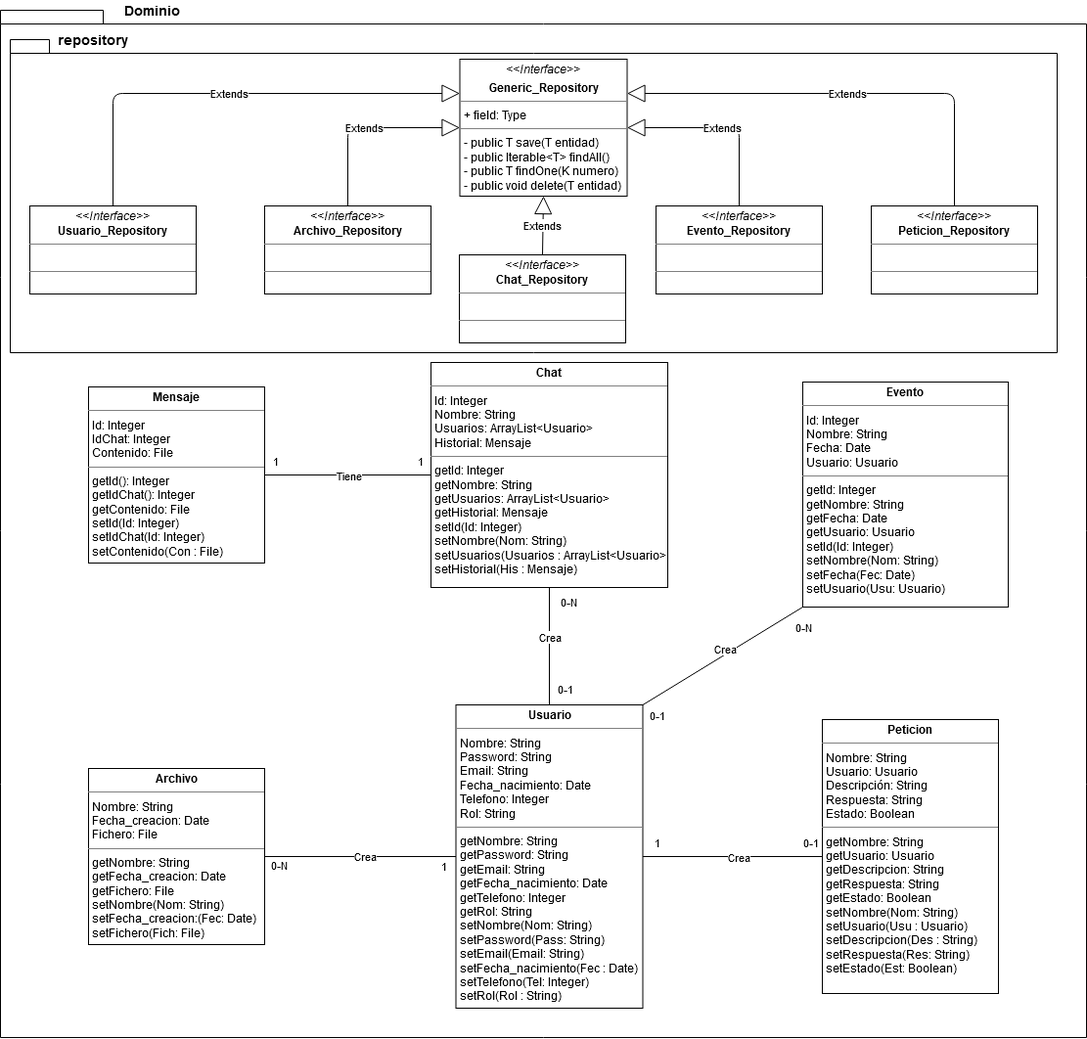
Above: resources/diagrama-clases-modelo.png in iesvi/proyecto-equipo-3 (draw.io), before the change. Source tidied: cells renumbered, new cells last; positions are measured from the earlier drawing's top-left corner, leaving out a move shared by most shapes.
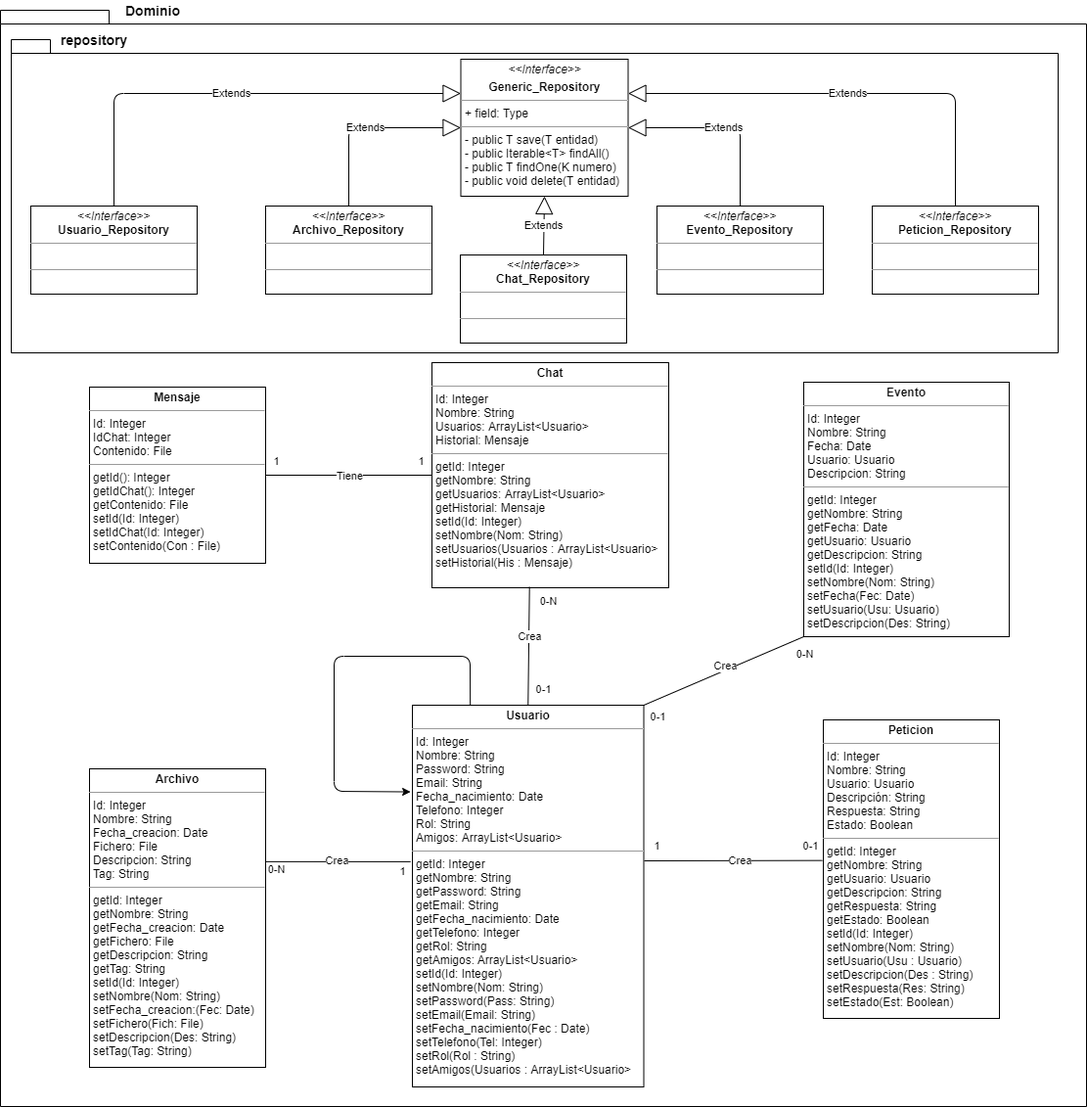
After the commit.

The edit, as a diff of the source:
```diff
@@ -5,3 +5,3 @@
     <mxCell id="2" style="shape=folder;fontStyle=1;spacingTop=10;tabWidth=40;tabHeight=14;tabPosition=left;html=1;" parent="1" vertex="1">
-      <mxGeometry y="10" width="1110" height="1050" as="geometry" />
+      <mxGeometry x="-1" y="10" width="1110" height="1120" as="geometry" />
     </mxCell>
@@ -40,3 +40,3 @@
     </mxCell>
-    <mxCell id="12" style="rounded=0;jettySize=auto;html=1;startArrow=none;startFill=0;endArrow=none;endFill=0;entryX=1;entryY=0.5;entryDx=0;entryDy=0;exitX=0;exitY=0.5;exitDx=0;exitDy=0;" parent="1" edge="1" source="28" target="32">
+    <mxCell id="12" style="rounded=0;jettySize=auto;html=1;startArrow=none;startFill=0;endArrow=none;endFill=0;entryX=0.997;entryY=0.311;entryDx=0;entryDy=0;entryPerimeter=0;exitX=-0.008;exitY=0.41;exitDx=0;exitDy=0;exitPerimeter=0;" parent="1" edge="1" source="28" target="32">
       <mxGeometry relative="1" as="geometry" />
@@ -58,3 +58,3 @@
     </mxCell>
-    <mxCell id="16" style="rounded=0;jettySize=auto;html=1;exitX=0.5;exitY=0;exitDx=0;exitDy=0;entryX=0.5;entryY=1;entryDx=0;entryDy=0;startArrow=none;startFill=0;endArrow=none;endFill=0;" parent="1" edge="1" source="28" target="11">
+    <mxCell id="16" style="rounded=0;jettySize=auto;html=1;exitX=0.5;exitY=0;exitDx=0;exitDy=0;entryX=0.412;entryY=0.996;entryDx=0;entryDy=0;startArrow=none;startFill=0;endArrow=none;endFill=0;entryPerimeter=0;" parent="1" edge="1" source="28" target="11">
       <mxGeometry relative="1" as="geometry" />
@@ -74,4 +74,6 @@
     </mxCell>
-    <mxCell id="20" style="edgeStyle=none;rounded=0;jettySize=auto;html=1;exitX=1;exitY=0.5;exitDx=0;exitDy=0;entryX=0;entryY=0.5;entryDx=0;entryDy=0;startArrow=none;startFill=0;endArrow=none;endFill=0;" parent="1" edge="1" source="28" target="31">
-      <mxGeometry relative="1" as="geometry" />
+    <mxCell id="20" style="edgeStyle=none;rounded=0;jettySize=auto;html=1;entryX=-0.006;entryY=0.471;entryDx=0;entryDy=0;startArrow=none;startFill=0;endArrow=none;endFill=0;entryPerimeter=0;" parent="1" edge="1" target="31">
+      <mxGeometry relative="1" as="geometry">
+        <mxPoint x="657" y="879" as="sourcePoint" />
+      </mxGeometry>
     </mxCell>
@@ -110,7 +112,7 @@
     </mxCell>
-    <mxCell id="28" value="&lt;p style=&quot;margin: 0px ; margin-top: 4px ; text-align: center&quot;&gt;&lt;b&gt;Usuario&lt;/b&gt;&lt;/p&gt;&lt;hr size=&quot;1&quot;&gt;&lt;p style=&quot;margin: 0px ; margin-left: 4px&quot;&gt;Nombre: String&lt;/p&gt;&lt;p style=&quot;margin: 0px ; margin-left: 4px&quot;&gt;Password: String&lt;/p&gt;&lt;p style=&quot;margin: 0px ; margin-left: 4px&quot;&gt;Email: String&lt;/p&gt;&lt;p style=&quot;margin: 0px ; margin-left: 4px&quot;&gt;Fecha_nacimiento: Date&lt;/p&gt;&lt;p style=&quot;margin: 0px ; margin-left: 4px&quot;&gt;Telefono: Integer&lt;/p&gt;&lt;p style=&quot;margin: 0px ; margin-left: 4px&quot;&gt;Rol: String&lt;/p&gt;&lt;hr size=&quot;1&quot;&gt;&lt;p style=&quot;margin: 0px ; margin-left: 4px&quot;&gt;getNombre: String&lt;/p&gt;&lt;p style=&quot;margin: 0px ; margin-left: 4px&quot;&gt;getPassword: String&lt;/p&gt;&lt;p style=&quot;margin: 0px ; margin-left: 4px&quot;&gt;getEmail: String&lt;/p&gt;&lt;p style=&quot;margin: 0px ; margin-left: 4px&quot;&gt;getFecha_nacimiento: Date&lt;/p&gt;&lt;p style=&quot;margin: 0px ; margin-left: 4px&quot;&gt;getTelefono: Integer&lt;/p&gt;&lt;p style=&quot;margin: 0px ; margin-left: 4px&quot;&gt;getRol: String&lt;/p&gt;&lt;p style=&quot;margin: 0px ; margin-left: 4px&quot;&gt;setNombre(Nom: String)&lt;/p&gt;&lt;p style=&quot;margin: 0px ; margin-left: 4px&quot;&gt;setPassword(Pass: String)&lt;/p&gt;&lt;p style=&quot;margin: 0px ; margin-left: 4px&quot;&gt;setEmail(Email: String)&lt;/p&gt;&lt;p style=&quot;margin: 0px ; margin-left: 4px&quot;&gt;setFecha_nacimiento(Fec : Date)&lt;/p&gt;&lt;p style=&quot;margin: 0px ; margin-left: 4px&quot;&gt;setTelefono(Tel: Integer)&lt;/p&gt;&lt;p style=&quot;margin: 0px ; margin-left: 4px&quot;&gt;setRol(Rol : String)&lt;/p&gt;" style="verticalAlign=top;align=left;overflow=fill;fontSize=12;fontFamily=Helvetica;html=1;" parent="1" vertex="1">
-      <mxGeometry x="465.5" y="720" width="191" height="310" as="geometry" />
+    <mxCell id="28" value="&lt;p style=&quot;margin: 0px ; margin-top: 4px ; text-align: center&quot;&gt;&lt;b&gt;Usuario&lt;/b&gt;&lt;/p&gt;&lt;hr size=&quot;1&quot;&gt;&lt;p style=&quot;margin: 0px 0px 0px 4px&quot;&gt;Id: Integer&lt;/p&gt;&lt;p style=&quot;margin: 0px ; margin-left: 4px&quot;&gt;Nombre: String&lt;/p&gt;&lt;p style=&quot;margin: 0px ; margin-left: 4px&quot;&gt;Password: String&lt;/p&gt;&lt;p style=&quot;margin: 0px ; margin-left: 4px&quot;&gt;Email: String&lt;/p&gt;&lt;p style=&quot;margin: 0px ; margin-left: 4px&quot;&gt;Fecha_nacimiento: Date&lt;/p&gt;&lt;p style=&quot;margin: 0px ; margin-left: 4px&quot;&gt;Telefono: Integer&lt;/p&gt;&lt;p style=&quot;margin: 0px ; margin-left: 4px&quot;&gt;Rol: String&lt;/p&gt;&lt;p style=&quot;margin: 0px ; margin-left: 4px&quot;&gt;Amigos: ArrayList&amp;lt;Usuario&amp;gt;&lt;/p&gt;&lt;hr size=&quot;1&quot;&gt;&lt;p style=&quot;margin: 0px 0px 0px 4px&quot;&gt;getId: Integer&lt;/p&gt;&lt;p style=&quot;margin: 0px ; margin-left: 4px&quot;&gt;getNombre: String&lt;/p&gt;&lt;p style=&quot;margin: 0px ; margin-left: 4px&quot;&gt;getPassword: String&lt;/p&gt;&lt;p style=&quot;margin: 0px ; margin-left: 4px&quot;&gt;getEmail: String&lt;/p&gt;&lt;p style=&quot;margin: 0px ; margin-left: 4px&quot;&gt;getFecha_nacimiento: Date&lt;/p&gt;&lt;p style=&quot;margin: 0px ; margin-left: 4px&quot;&gt;getTelefono: Integer&lt;/p&gt;&lt;p style=&quot;margin: 0px ; margin-left: 4px&quot;&gt;getRol: String&lt;/p&gt;&lt;p style=&quot;margin: 0px 0px 0px 4px&quot;&gt;getAmigos:&amp;nbsp;ArrayList&amp;lt;Usuario&amp;gt;&lt;/p&gt;&lt;p style=&quot;margin: 0px 0px 0px 4px&quot;&gt;setId(Id: Integer)&lt;/p&gt;&lt;p style=&quot;margin: 0px ; margin-left: 4px&quot;&gt;setNombre(Nom: String)&lt;/p&gt;&lt;p style=&quot;margin: 0px ; margin-left: 4px&quot;&gt;setPassword(Pass: String)&lt;/p&gt;&lt;p style=&quot;margin: 0px ; margin-left: 4px&quot;&gt;setEmail(Email: String)&lt;/p&gt;&lt;p style=&quot;margin: 0px ; margin-left: 4px&quot;&gt;setFecha_nacimiento(Fec : Date)&lt;/p&gt;&lt;p style=&quot;margin: 0px ; margin-left: 4px&quot;&gt;setTelefono(Tel: Integer)&lt;/p&gt;&lt;p style=&quot;margin: 0px ; margin-left: 4px&quot;&gt;setRol(Rol : String)&lt;/p&gt;&lt;p style=&quot;margin: 0px ; margin-left: 4px&quot;&gt;setAmigos(Usuarios : ArrayList&amp;lt;Usuario&amp;gt;&lt;br&gt;&lt;/p&gt;" style="verticalAlign=top;align=left;overflow=fill;fontSize=12;fontFamily=Helvetica;html=1;" parent="1" vertex="1">
+      <mxGeometry x="420" y="720" width="236.5" height="390" as="geometry" />
     </mxCell>
-    <mxCell id="29" value="&lt;p style=&quot;margin: 0px ; margin-top: 4px ; text-align: center&quot;&gt;&lt;b&gt;Evento&lt;/b&gt;&lt;/p&gt;&lt;hr size=&quot;1&quot;&gt;&lt;p style=&quot;margin: 0px ; margin-left: 4px&quot;&gt;Id: Integer&lt;/p&gt;&lt;p style=&quot;margin: 0px ; margin-left: 4px&quot;&gt;Nombre: String&lt;/p&gt;&lt;p style=&quot;margin: 0px ; margin-left: 4px&quot;&gt;Fecha: Date&lt;/p&gt;&lt;p style=&quot;margin: 0px ; margin-left: 4px&quot;&gt;Usuario: Usuario&lt;/p&gt;&lt;hr size=&quot;1&quot;&gt;&lt;p style=&quot;margin: 0px ; margin-left: 4px&quot;&gt;getId: Integer&lt;/p&gt;&lt;p style=&quot;margin: 0px ; margin-left: 4px&quot;&gt;getNombre: String&lt;/p&gt;&lt;p style=&quot;margin: 0px ; margin-left: 4px&quot;&gt;getFecha: Date&lt;/p&gt;&lt;p style=&quot;margin: 0px ; margin-left: 4px&quot;&gt;getUsuario: Usuario&lt;/p&gt;&lt;p style=&quot;margin: 0px ; margin-left: 4px&quot;&gt;setId(Id: Integer)&lt;/p&gt;&lt;p style=&quot;margin: 0px ; margin-left: 4px&quot;&gt;setNombre(Nom: String)&lt;/p&gt;&lt;p style=&quot;margin: 0px ; margin-left: 4px&quot;&gt;setFecha(Fec: Date)&lt;/p&gt;&lt;p style=&quot;margin: 0px ; margin-left: 4px&quot;&gt;setUsuario(Usu: Usuario)&lt;/p&gt;" style="verticalAlign=top;align=left;overflow=fill;fontSize=12;fontFamily=Helvetica;html=1;" parent="1" vertex="1">
-      <mxGeometry x="820" y="390" width="210" height="230" as="geometry" />
+    <mxCell id="29" value="&lt;p style=&quot;margin: 0px ; margin-top: 4px ; text-align: center&quot;&gt;&lt;b&gt;Evento&lt;/b&gt;&lt;/p&gt;&lt;hr size=&quot;1&quot;&gt;&lt;p style=&quot;margin: 0px ; margin-left: 4px&quot;&gt;Id: Integer&lt;/p&gt;&lt;p style=&quot;margin: 0px ; margin-left: 4px&quot;&gt;Nombre: String&lt;/p&gt;&lt;p style=&quot;margin: 0px ; margin-left: 4px&quot;&gt;Fecha: Date&lt;/p&gt;&lt;p style=&quot;margin: 0px ; margin-left: 4px&quot;&gt;Usuario: Usuario&lt;/p&gt;&lt;p style=&quot;margin: 0px ; margin-left: 4px&quot;&gt;Descripcion: String&lt;/p&gt;&lt;hr size=&quot;1&quot;&gt;&lt;p style=&quot;margin: 0px ; margin-left: 4px&quot;&gt;getId: Integer&lt;/p&gt;&lt;p style=&quot;margin: 0px ; margin-left: 4px&quot;&gt;getNombre: String&lt;/p&gt;&lt;p style=&quot;margin: 0px ; margin-left: 4px&quot;&gt;getFecha: Date&lt;/p&gt;&lt;p style=&quot;margin: 0px ; margin-left: 4px&quot;&gt;getUsuario: Usuario&lt;/p&gt;&lt;p style=&quot;margin: 0px ; margin-left: 4px&quot;&gt;getDescripcion: String&lt;br&gt;&lt;/p&gt;&lt;p style=&quot;margin: 0px ; margin-left: 4px&quot;&gt;setId(Id: Integer)&lt;/p&gt;&lt;p style=&quot;margin: 0px ; margin-left: 4px&quot;&gt;setNombre(Nom: String)&lt;/p&gt;&lt;p style=&quot;margin: 0px ; margin-left: 4px&quot;&gt;setFecha(Fec: Date)&lt;/p&gt;&lt;p style=&quot;margin: 0px ; margin-left: 4px&quot;&gt;setUsuario(Usu: Usuario)&lt;/p&gt;&lt;p style=&quot;margin: 0px ; margin-left: 4px&quot;&gt;setDescripcion(Des: String)&lt;br&gt;&lt;/p&gt;" style="verticalAlign=top;align=left;overflow=fill;fontSize=12;fontFamily=Helvetica;html=1;" parent="1" vertex="1">
+      <mxGeometry x="820" y="390" width="210" height="260" as="geometry" />
     </mxCell>
@@ -119,7 +121,7 @@
     </mxCell>
-    <mxCell id="31" value="&lt;p style=&quot;margin: 0px ; margin-top: 4px ; text-align: center&quot;&gt;&lt;b&gt;Peticion&lt;/b&gt;&lt;/p&gt;&lt;hr size=&quot;1&quot;&gt;&lt;p style=&quot;margin: 0px ; margin-left: 4px&quot;&gt;Nombre: String&lt;/p&gt;&lt;p style=&quot;margin: 0px ; margin-left: 4px&quot;&gt;Usuario: Usuario&lt;/p&gt;&lt;p style=&quot;margin: 0px ; margin-left: 4px&quot;&gt;Descripción: String&lt;/p&gt;&lt;p style=&quot;margin: 0px ; margin-left: 4px&quot;&gt;Respuesta: String&lt;/p&gt;&lt;p style=&quot;margin: 0px ; margin-left: 4px&quot;&gt;Estado: Boolean&lt;/p&gt;&lt;hr size=&quot;1&quot;&gt;&lt;p style=&quot;margin: 0px ; margin-left: 4px&quot;&gt;getNombre: String&lt;/p&gt;&lt;p style=&quot;margin: 0px ; margin-left: 4px&quot;&gt;getUsuario: Usuario&lt;/p&gt;&lt;p style=&quot;margin: 0px ; margin-left: 4px&quot;&gt;getDescripcion: String&lt;/p&gt;&lt;p style=&quot;margin: 0px ; margin-left: 4px&quot;&gt;getRespuesta: String&lt;/p&gt;&lt;p style=&quot;margin: 0px ; margin-left: 4px&quot;&gt;getEstado: Boolean&lt;/p&gt;&lt;p style=&quot;margin: 0px ; margin-left: 4px&quot;&gt;setNombre(Nom: String)&lt;/p&gt;&lt;p style=&quot;margin: 0px ; margin-left: 4px&quot;&gt;setUsuario(Usu : Usuario)&lt;/p&gt;&lt;p style=&quot;margin: 0px ; margin-left: 4px&quot;&gt;setDescripcion(Des : String)&lt;/p&gt;&lt;p style=&quot;margin: 0px ; margin-left: 4px&quot;&gt;setRespuesta(Res: String)&lt;/p&gt;&lt;p style=&quot;margin: 0px ; margin-left: 4px&quot;&gt;setEstado(Est: Boolean)&lt;/p&gt;" style="verticalAlign=top;align=left;overflow=fill;fontSize=12;fontFamily=Helvetica;html=1;" parent="1" vertex="1">
-      <mxGeometry x="840" y="735" width="180" height="280" as="geometry" />
+    <mxCell id="31" value="&lt;p style=&quot;margin: 0px ; margin-top: 4px ; text-align: center&quot;&gt;&lt;b&gt;Peticion&lt;/b&gt;&lt;/p&gt;&lt;hr size=&quot;1&quot;&gt;&lt;p style=&quot;margin: 0px 0px 0px 4px&quot;&gt;Id: Integer&lt;/p&gt;&lt;p style=&quot;margin: 0px ; margin-left: 4px&quot;&gt;Nombre: String&lt;/p&gt;&lt;p style=&quot;margin: 0px ; margin-left: 4px&quot;&gt;Usuario: Usuario&lt;/p&gt;&lt;p style=&quot;margin: 0px ; margin-left: 4px&quot;&gt;Descripción: String&lt;/p&gt;&lt;p style=&quot;margin: 0px ; margin-left: 4px&quot;&gt;Respuesta: String&lt;/p&gt;&lt;p style=&quot;margin: 0px ; margin-left: 4px&quot;&gt;Estado: Boolean&lt;/p&gt;&lt;hr size=&quot;1&quot;&gt;&lt;p style=&quot;margin: 0px 0px 0px 4px&quot;&gt;getId: Integer&lt;/p&gt;&lt;p style=&quot;margin: 0px ; margin-left: 4px&quot;&gt;getNombre: String&lt;/p&gt;&lt;p style=&quot;margin: 0px ; margin-left: 4px&quot;&gt;getUsuario: Usuario&lt;/p&gt;&lt;p style=&quot;margin: 0px ; margin-left: 4px&quot;&gt;getDescripcion: String&lt;/p&gt;&lt;p style=&quot;margin: 0px ; margin-left: 4px&quot;&gt;getRespuesta: String&lt;/p&gt;&lt;p style=&quot;margin: 0px ; margin-left: 4px&quot;&gt;getEstado: Boolean&lt;/p&gt;&lt;p style=&quot;margin: 0px 0px 0px 4px&quot;&gt;setId(Id: Integer)&lt;/p&gt;&lt;p style=&quot;margin: 0px ; margin-left: 4px&quot;&gt;setNombre(Nom: String)&lt;/p&gt;&lt;p style=&quot;margin: 0px ; margin-left: 4px&quot;&gt;setUsuario(Usu : Usuario)&lt;/p&gt;&lt;p style=&quot;margin: 0px ; margin-left: 4px&quot;&gt;setDescripcion(Des : String)&lt;/p&gt;&lt;p style=&quot;margin: 0px ; margin-left: 4px&quot;&gt;setRespuesta(Res: String)&lt;/p&gt;&lt;p style=&quot;margin: 0px ; margin-left: 4px&quot;&gt;setEstado(Est: Boolean)&lt;/p&gt;" style="verticalAlign=top;align=left;overflow=fill;fontSize=12;fontFamily=Helvetica;html=1;" parent="1" vertex="1">
+      <mxGeometry x="840" y="735" width="180" height="305" as="geometry" />
     </mxCell>
-    <mxCell id="32" value="&lt;p style=&quot;margin: 0px ; margin-top: 4px ; text-align: center&quot;&gt;&lt;b&gt;Archivo&lt;/b&gt;&lt;/p&gt;&lt;hr size=&quot;1&quot;&gt;&lt;p style=&quot;margin: 0px ; margin-left: 4px&quot;&gt;Nombre: String&lt;/p&gt;&lt;p style=&quot;margin: 0px ; margin-left: 4px&quot;&gt;Fecha_creacion: Date&lt;/p&gt;&lt;p style=&quot;margin: 0px ; margin-left: 4px&quot;&gt;Fichero: File&lt;/p&gt;&lt;hr size=&quot;1&quot;&gt;&lt;p style=&quot;margin: 0px ; margin-left: 4px&quot;&gt;getNombre: String&lt;/p&gt;&lt;p style=&quot;margin: 0px ; margin-left: 4px&quot;&gt;getFecha_creacion: Date&lt;/p&gt;&lt;p style=&quot;margin: 0px ; margin-left: 4px&quot;&gt;getFichero: File&lt;/p&gt;&lt;p style=&quot;margin: 0px ; margin-left: 4px&quot;&gt;setNombre(Nom: String)&lt;/p&gt;&lt;p style=&quot;margin: 0px ; margin-left: 4px&quot;&gt;setFecha_creacion:(Fec: Date)&lt;/p&gt;&lt;p style=&quot;margin: 0px ; margin-left: 4px&quot;&gt;setFichero(Fich: File)&lt;/p&gt;&lt;p style=&quot;margin: 0px ; margin-left: 4px&quot;&gt;&lt;br&gt;&lt;/p&gt;" style="verticalAlign=top;align=left;overflow=fill;fontSize=12;fontFamily=Helvetica;html=1;" parent="1" vertex="1">
-      <mxGeometry x="90" y="785" width="180" height="180" as="geometry" />
+    <mxCell id="32" value="&lt;p style=&quot;margin: 0px ; margin-top: 4px ; text-align: center&quot;&gt;&lt;b&gt;Archivo&lt;/b&gt;&lt;/p&gt;&lt;hr size=&quot;1&quot;&gt;&lt;p style=&quot;margin: 0px ; margin-left: 4px&quot;&gt;Id: Integer&lt;/p&gt;&lt;p style=&quot;margin: 0px ; margin-left: 4px&quot;&gt;Nombre: String&lt;/p&gt;&lt;p style=&quot;margin: 0px ; margin-left: 4px&quot;&gt;Fecha_creacion: Date&lt;/p&gt;&lt;p style=&quot;margin: 0px ; margin-left: 4px&quot;&gt;Fichero: File&lt;/p&gt;&lt;p style=&quot;margin: 0px ; margin-left: 4px&quot;&gt;Descripcion: String&lt;br&gt;&lt;/p&gt;&lt;p style=&quot;margin: 0px ; margin-left: 4px&quot;&gt;Tag: String&lt;/p&gt;&lt;hr size=&quot;1&quot;&gt;&lt;p style=&quot;margin: 0px ; margin-left: 4px&quot;&gt;getId: Integer&lt;br&gt;&lt;/p&gt;&lt;p style=&quot;margin: 0px ; margin-left: 4px&quot;&gt;getNombre: String&lt;/p&gt;&lt;p style=&quot;margin: 0px ; margin-left: 4px&quot;&gt;getFecha_creacion: Date&lt;/p&gt;&lt;p style=&quot;margin: 0px ; margin-left: 4px&quot;&gt;getFichero: File&lt;/p&gt;&lt;p style=&quot;margin: 0px ; margin-left: 4px&quot;&gt;getDescripcion: String&lt;br&gt;&lt;/p&gt;&lt;p style=&quot;margin: 0px ; margin-left: 4px&quot;&gt;getTag: String&lt;br&gt;&lt;/p&gt;&lt;p style=&quot;margin: 0px ; margin-left: 4px&quot;&gt;setId(Id: Integer)&lt;br&gt;&lt;/p&gt;&lt;p style=&quot;margin: 0px ; margin-left: 4px&quot;&gt;setNombre(Nom: String)&lt;/p&gt;&lt;p style=&quot;margin: 0px ; margin-left: 4px&quot;&gt;setFecha_creacion:(Fec: Date)&lt;/p&gt;&lt;p style=&quot;margin: 0px ; margin-left: 4px&quot;&gt;setFichero(Fich: File)&lt;/p&gt;&lt;p style=&quot;margin: 0px ; margin-left: 4px&quot;&gt;setDescripcion(Des: String)&lt;br&gt;&lt;/p&gt;&lt;p style=&quot;margin: 0px ; margin-left: 4px&quot;&gt;setTag(Tag: String)&lt;br&gt;&lt;/p&gt;&lt;p style=&quot;margin: 0px ; margin-left: 4px&quot;&gt;&lt;br&gt;&lt;/p&gt;" style="verticalAlign=top;align=left;overflow=fill;fontSize=12;fontFamily=Helvetica;html=1;" parent="1" vertex="1">
+      <mxGeometry x="90" y="785" width="180" height="305" as="geometry" />
     </mxCell>
@@ -155,2 +157,11 @@
     </mxCell>
+    <mxCell id="43" style="endArrow=classic;html=1;entryX=-0.008;entryY=0.227;entryDx=0;entryDy=0;exitX=0.25;exitY=0;exitDx=0;exitDy=0;entryPerimeter=0;" parent="1" edge="1" source="28" target="28">
+      <mxGeometry relative="1" as="geometry">
+        <Array as="points">
+          <mxPoint x="479" y="670" />
+          <mxPoint x="340" y="670" />
+          <mxPoint x="340" y="808" />
+        </Array>
+      </mxGeometry>
+    </mxCell>
   </root>
```
